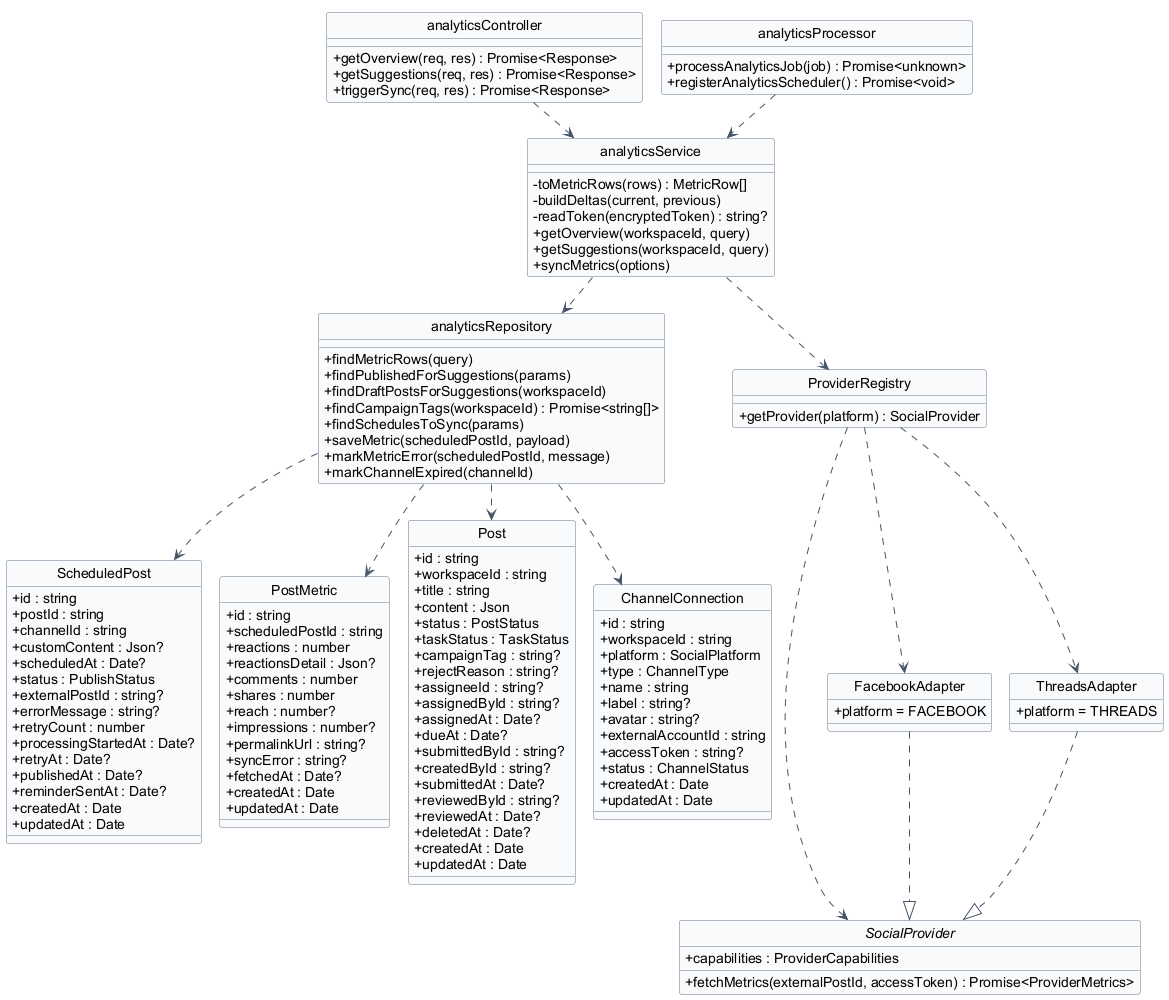
The PlantUML diagram docs/diagrams/10-analytics.png in Pham-Hong-Ky/marka-capstone, before a commit. The source it was exported from:
```plantuml
@startuml 10-analytics
hide circle
hide stereotype
!pragma layout smetana

skinparam classAttributeIconSize 0
skinparam linetype ortho
skinparam shadowing false
skinparam defaultFontName Arial
skinparam nodesep 40
skinparam ranksep 50
skinparam class {
  BackgroundColor #F8FAFC
  BorderColor #64748B
  ArrowColor #475569
}

class "ScheduledPost" as ScheduledPost {
  + id : string
  + postId : string
  + channelId : string
  + customContent : Json?
  + scheduledAt : Date?
  + status : PublishStatus
  + externalPostId : string?
  + errorMessage : string?
  + retryCount : number
  + processingStartedAt : Date?
  + retryAt : Date?
  + publishedAt : Date?
  + reminderSentAt : Date?
  + createdAt : Date
  + updatedAt : Date
}

class "PostMetric" as PostMetric {
  + id : string
  + scheduledPostId : string
  + reactions : number
  + reactionsDetail : Json?
  + comments : number
  + shares : number
  + reach : number?
  + impressions : number?
  + permalinkUrl : string?
  + syncError : string?
  + fetchedAt : Date?
  + createdAt : Date
  + updatedAt : Date
}

class "Post" as Post {
  + id : string
  + workspaceId : string
  + title : string
  + content : Json
  + status : PostStatus
  + taskStatus : TaskStatus
  + campaignTag : string?
  + rejectReason : string?
  + assigneeId : string?
  + assignedById : string?
  + assignedAt : Date?
  + dueAt : Date?
  + submittedById : string?
  + createdById : string?
  + submittedAt : Date?
  + reviewedById : string?
  + reviewedAt : Date?
  + deletedAt : Date?
  + createdAt : Date
  + updatedAt : Date
}

class "ChannelConnection" as ChannelConnection {
  + id : string
  + workspaceId : string
  + platform : SocialPlatform
  + type : ChannelType
  + name : string
  + label : string?
  + avatar : string?
  + externalAccountId : string
  + accessToken : string?
  + status : ChannelStatus
  + createdAt : Date
  + updatedAt : Date
}

class "analyticsController" as analyticsController {
  + getOverview(req, res) : Promise<Response>
  + getSuggestions(req, res) : Promise<Response>
  + triggerSync(req, res) : Promise<Response>
}

class "analyticsService" as analyticsService {
  - toMetricRows(rows) : MetricRow[]
  - buildDeltas(current, previous)
  - readToken(encryptedToken) : string?
  + getOverview(workspaceId, query)
  + getSuggestions(workspaceId, query)
  + syncMetrics(options)
}

class "analyticsRepository" as analyticsRepository {
  + findMetricRows(query)
  + findPublishedForSuggestions(params)
  + findDraftPostsForSuggestions(workspaceId)
  + findCampaignTags(workspaceId) : Promise<string[]>
  + findSchedulesToSync(params)
  + saveMetric(scheduledPostId, payload)
  + markMetricError(scheduledPostId, message)
  + markChannelExpired(channelId)
}

class "analyticsProcessor" as analyticsProcessor {
  + processAnalyticsJob(job) : Promise<unknown>
  + registerAnalyticsScheduler() : Promise<void>
}

class "ProviderRegistry" as providerRegistry {
  + getProvider(platform) : SocialProvider
}

interface "SocialProvider" as socialProvider {
  + capabilities : ProviderCapabilities
  + fetchMetrics(externalPostId, accessToken) : Promise<ProviderMetrics>
}

class "FacebookAdapter" as facebookAdapter {
  + platform = FACEBOOK
}

class "ThreadsAdapter" as threadsAdapter {
  + platform = THREADS
}

analyticsController ..> analyticsService
analyticsService ..> analyticsRepository
analyticsService ..> providerRegistry
providerRegistry ..> socialProvider
providerRegistry ..> facebookAdapter
providerRegistry ..> threadsAdapter
facebookAdapter ..|> socialProvider
threadsAdapter ..|> socialProvider
analyticsProcessor ..> analyticsService

analyticsRepository ..> ScheduledPost
analyticsRepository ..> PostMetric
analyticsRepository ..> Post
analyticsRepository ..> ChannelConnection

@enduml
```
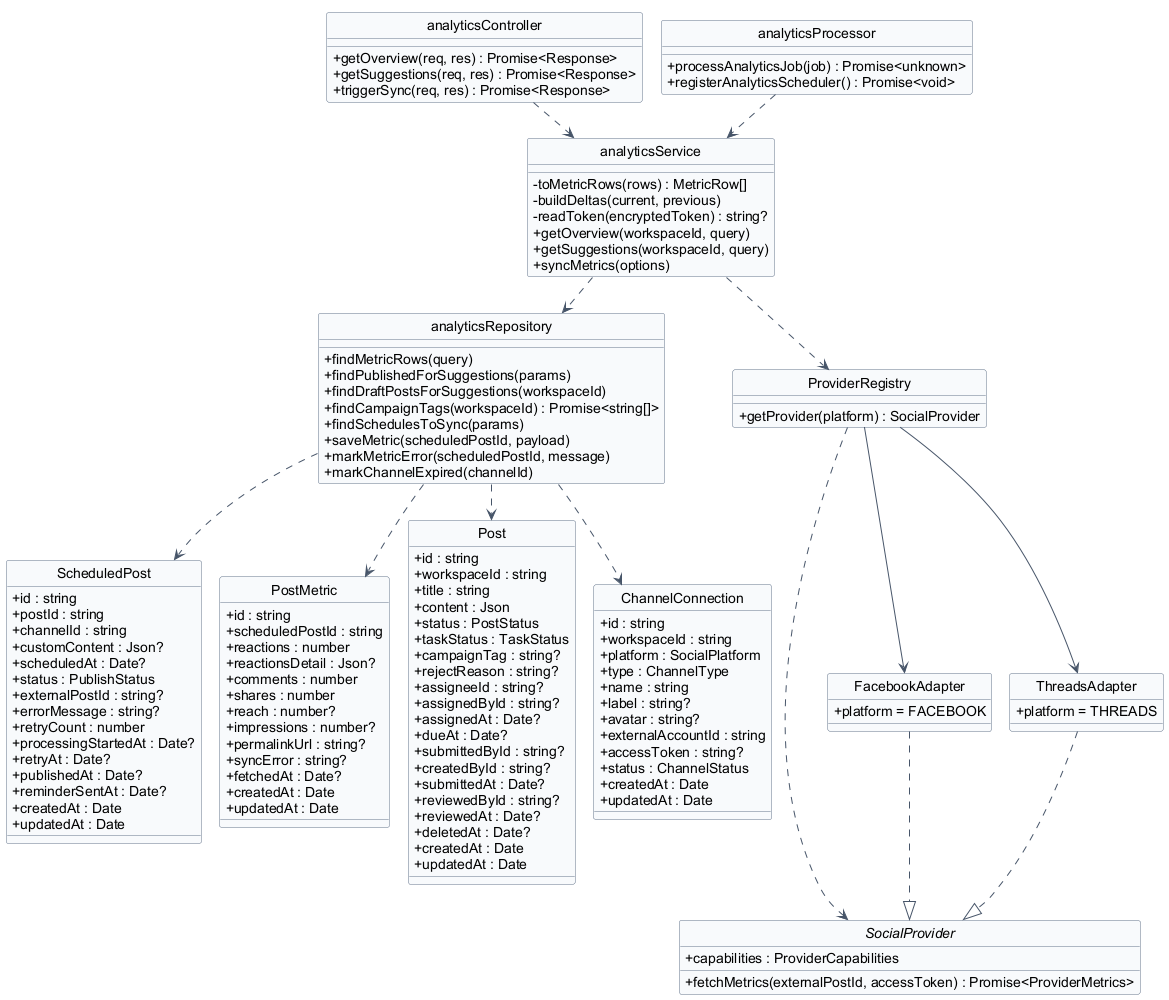
The same diagram one commit later.

The edit, as a diff of the source:
```diff
@@ -139,8 +139,8 @@
 analyticsService ..> analyticsRepository
 analyticsService ..> providerRegistry
 providerRegistry ..> socialProvider
-providerRegistry ..> facebookAdapter
-providerRegistry ..> threadsAdapter
+providerRegistry --> facebookAdapter
+providerRegistry --> threadsAdapter
 facebookAdapter ..|> socialProvider
 threadsAdapter ..|> socialProvider
 analyticsProcessor ..> analyticsService
```
